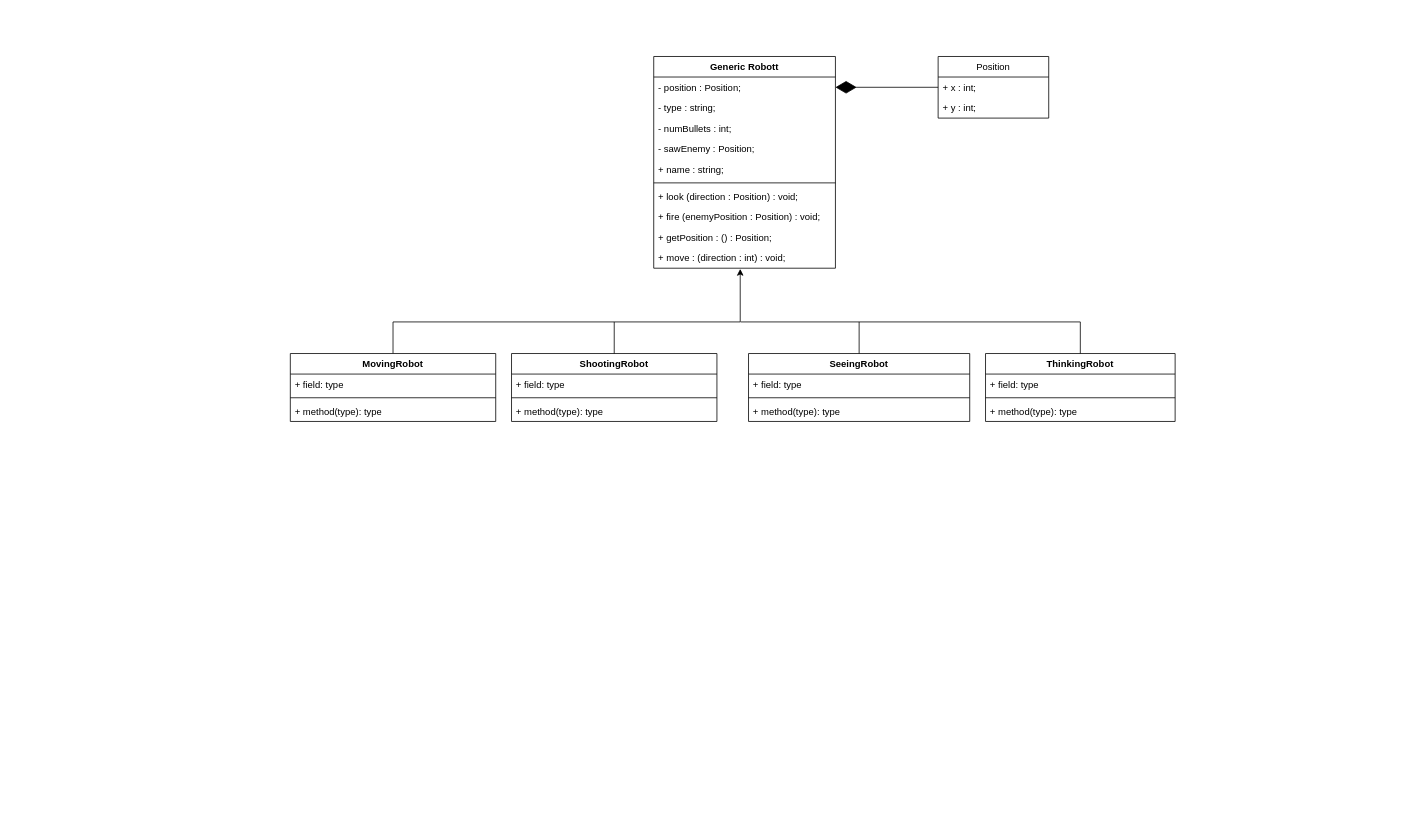
Above: class (1).drawio in mohammadmuazzam/oopds (draw.io), before the change. Source tidied: cells renumbered, new cells numbered last; positions are measured from the earlier drawing's top-left corner, leaving out a move shared by most shapes. Both pictures are drawn from the tidied source at 79%, with x=0, y=0 at pixel (290, 56).
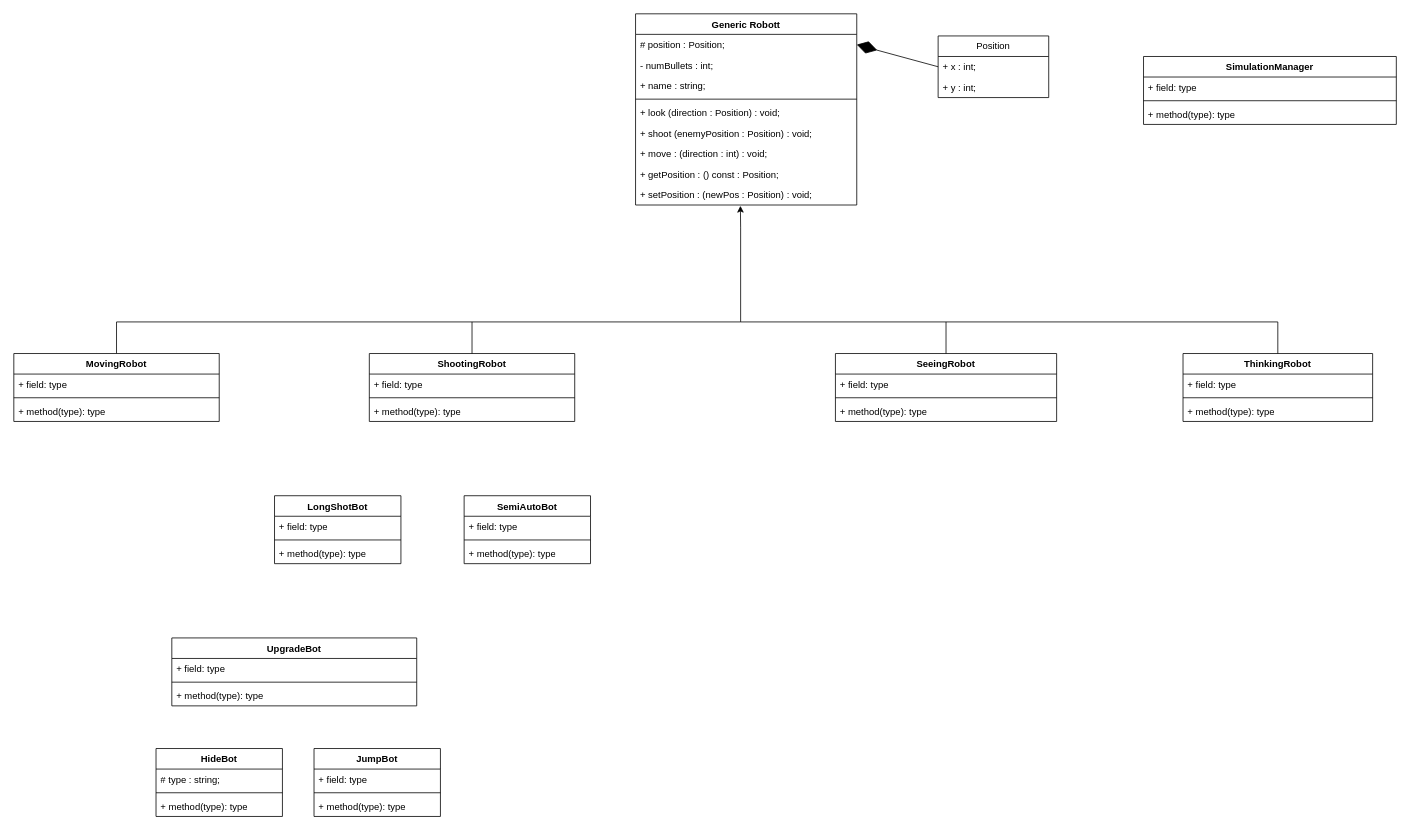
The same diagram, later.

What changed in the source:
```diff
@@
     <mxCell id="2" value="Generic Robott" style="swimlane;fontStyle=1;align=center;verticalAlign=top;horizontal=1;startSize=26;whiteSpace=wrap;html=1;" parent="1" vertex="1">
-      <mxGeometry x="460" width="230" height="268" as="geometry" />
+      <mxGeometry x="437" y="-54" width="280" height="242" as="geometry" />
     </mxCell>
-    <mxCell id="3" value="- position : Position;" style="text;strokeColor=none;fillColor=none;align=left;verticalAlign=top;spacingLeft=4;spacingRight=4;overflow=hidden;points=[[0,0.5],[1,0.5]];portConstraint=eastwest;whiteSpace=wrap;html=1;" parent="2" vertex="1">
-      <mxGeometry y="26" width="230" height="26" as="geometry" />
+    <mxCell id="3" value="# position : Position;" style="text;strokeColor=none;fillColor=none;align=left;verticalAlign=top;spacingLeft=4;spacingRight=4;overflow=hidden;points=[[0,0.5],[1,0.5]];portConstraint=eastwest;whiteSpace=wrap;html=1;" parent="2" vertex="1">
+      <mxGeometry y="26" width="280" height="26" as="geometry" />
     </mxCell>
-    <mxCell id="4" value="- type : string;" style="text;strokeColor=none;fillColor=none;align=left;verticalAlign=top;spacingLeft=4;spacingRight=4;overflow=hidden;whiteSpace=wrap;html=1;" parent="2" vertex="1">
-      <mxGeometry y="52" width="230" height="26" as="geometry" />
-    </mxCell>
     <mxCell id="5" value="- numBullets : int;" style="text;strokeColor=none;fillColor=none;align=left;verticalAlign=top;spacingLeft=4;spacingRight=4;overflow=hidden;whiteSpace=wrap;html=1;" parent="2" vertex="1">
-      <mxGeometry y="78" width="230" height="26" as="geometry" />
+      <mxGeometry y="52" width="280" height="26" as="geometry" />
     </mxCell>
-    <mxCell id="6" value="- sawEnemy : Position;" style="text;strokeColor=none;fillColor=none;align=left;verticalAlign=top;spacingLeft=4;spacingRight=4;overflow=hidden;whiteSpace=wrap;html=1;" parent="2" vertex="1">
-      <mxGeometry y="104" width="230" height="26" as="geometry" />
-    </mxCell>
     <mxCell id="7" value="+ name : string;" style="text;strokeColor=none;fillColor=none;align=left;verticalAlign=top;spacingLeft=4;spacingRight=4;overflow=hidden;whiteSpace=wrap;html=1;" parent="2" vertex="1">
-      <mxGeometry y="130" width="230" height="26" as="geometry" />
+      <mxGeometry y="78" width="280" height="26" as="geometry" />
     </mxCell>
     <mxCell id="8" style="line;strokeWidth=1;fillColor=none;align=left;verticalAlign=middle;spacingTop=-1;spacingLeft=3;spacingRight=3;labelPosition=right;strokeColor=inherit;" parent="2" vertex="1">
-      <mxGeometry y="156" width="230" height="8" as="geometry" />
+      <mxGeometry y="104" width="280" height="8" as="geometry" />
     </mxCell>
     <mxCell id="9" value="+ look (direction : Position) : void;" style="text;strokeColor=none;fillColor=none;align=left;verticalAlign=top;spacingLeft=4;spacingRight=4;overflow=hidden;whiteSpace=wrap;html=1;" parent="2" vertex="1">
-      <mxGeometry y="164" width="230" height="26" as="geometry" />
+      <mxGeometry y="112" width="280" height="26" as="geometry" />
     </mxCell>
-    <mxCell id="10" value="+ fire (enemyPosition : Position) : void;" style="text;strokeColor=none;fillColor=none;align=left;verticalAlign=top;spacingLeft=4;spacingRight=4;overflow=hidden;whiteSpace=wrap;html=1;" parent="2" vertex="1">
-      <mxGeometry y="190" width="230" height="26" as="geometry" />
+    <mxCell id="10" value="+ shoot (enemyPosition : Position) : void;" style="text;strokeColor=none;fillColor=none;align=left;verticalAlign=top;spacingLeft=4;spacingRight=4;overflow=hidden;whiteSpace=wrap;html=1;" parent="2" vertex="1">
+      <mxGeometry y="138" width="280" height="26" as="geometry" />
     </mxCell>
+    <mxCell id="12" value="&lt;div&gt;+ move : (direction : int) : void;&lt;/div&gt;" style="text;strokeColor=none;fillColor=none;align=left;verticalAlign=top;spacingLeft=4;spacingRight=4;overflow=hidden;points=[[0,0.5,0,0,0],[1,0.5,0,0,0]];portConstraint=eastwest;whiteSpace=wrap;html=1;" parent="2" vertex="1">
+      <mxGeometry y="164" width="280" height="26" as="geometry" />
+    </mxCell>
-    <mxCell id="11" value="+ getPosition : () : Position;&lt;div&gt;&lt;br&gt;&lt;/div&gt;" style="text;strokeColor=none;fillColor=none;align=left;verticalAlign=top;spacingLeft=4;spacingRight=4;overflow=hidden;whiteSpace=wrap;html=1;" parent="2" vertex="1">
-      <mxGeometry y="216" width="230" height="26" as="geometry" />
+    <mxCell id="11" value="+ getPosition : () const : Position;&lt;div&gt;&lt;br&gt;&lt;/div&gt;" style="text;strokeColor=none;fillColor=none;align=left;verticalAlign=top;spacingLeft=4;spacingRight=4;overflow=hidden;whiteSpace=wrap;html=1;" parent="2" vertex="1">
+      <mxGeometry y="190" width="280" height="26" as="geometry" />
     </mxCell>
-    <mxCell id="12" value="&lt;div&gt;+ move : (direction : int) : void;&lt;/div&gt;" style="text;strokeColor=none;fillColor=none;align=left;verticalAlign=top;spacingLeft=4;spacingRight=4;overflow=hidden;points=[[0,0.5,0,0,0],[1,0.5,0,0,0]];portConstraint=eastwest;whiteSpace=wrap;html=1;" parent="2" vertex="1">
-      <mxGeometry y="242" width="230" height="26" as="geometry" />
-    </mxCell>
+    <mxCell id="37" value="+ setPosition : (newPos : Position) : void;&lt;div&gt;&lt;br&gt;&lt;/div&gt;" style="text;strokeColor=none;fillColor=none;align=left;verticalAlign=top;spacingLeft=4;spacingRight=4;overflow=hidden;points=[[0,0.5],[1,0.5]];portConstraint=eastwest;whiteSpace=wrap;html=1;" parent="2" vertex="1">
+      <mxGeometry y="216" width="280" height="26" as="geometry" />
+    </mxCell>
     <mxCell id="13" value="Position" style="swimlane;fontStyle=0;horizontal=1;startSize=26;fillColor=none;whiteSpace=wrap;html=1;" parent="1" vertex="1">
-      <mxGeometry x="820" width="140" height="78" as="geometry" />
+      <mxGeometry x="820" y="-26" width="140" height="78" as="geometry" />
     </mxCell>
@@
-    <mxCell id="17" style="edgeStyle=orthogonalEdgeStyle;rounded=0;jettySize=auto;html=1;entryX=0.476;entryY=1.036;entryDx=0;entryDy=0;entryPerimeter=0;" parent="1" edge="1" source="18" target="12">
+    <mxCell id="17" style="edgeStyle=orthogonalEdgeStyle;rounded=0;jettySize=auto;html=1;entryX=0.474;entryY=1.04;entryDx=0;entryDy=0;entryPerimeter=0;" parent="1" edge="1" source="18" target="37">
       <mxGeometry relative="1" as="geometry">
         <Array as="points">
-          <mxPoint x="130" y="336" />
+          <mxPoint x="-220" y="336" />
           <mxPoint x="570" y="336" />
-          <mxPoint x="570" y="269" />
+          <mxPoint x="570" y="217" />
         </Array>
       </mxGeometry>
     </mxCell>
     <mxCell id="18" value="MovingRobot" style="swimlane;fontStyle=1;align=center;verticalAlign=top;horizontal=1;startSize=26;whiteSpace=wrap;html=1;" parent="1" vertex="1">
-      <mxGeometry y="376" width="260" height="86" as="geometry" />
+      <mxGeometry x="-350" y="376" width="260" height="86" as="geometry" />
     </mxCell>
@@
     <mxCell id="22" value="ShootingRobot" style="swimlane;fontStyle=1;align=center;verticalAlign=top;horizontal=1;startSize=26;whiteSpace=wrap;html=1;" parent="1" vertex="1">
-      <mxGeometry x="280" y="376" width="260" height="86" as="geometry" />
+      <mxGeometry x="100" y="376" width="260" height="86" as="geometry" />
     </mxCell>
@@
     <mxCell id="26" value="SeeingRobot" style="swimlane;fontStyle=1;align=center;verticalAlign=top;horizontal=1;startSize=26;whiteSpace=wrap;html=1;" parent="1" vertex="1">
-      <mxGeometry x="580" y="376" width="280" height="86" as="geometry" />
+      <mxGeometry x="690" y="376" width="280" height="86" as="geometry" />
     </mxCell>
@@
     <mxCell id="30" style="endArrow=none;html=1;rounded=0;exitX=0.5;exitY=0;exitDx=0;exitDy=0;" parent="1" edge="1" source="22">
       <mxGeometry relative="1" as="geometry">
-        <mxPoint x="410" y="336" as="targetPoint" />
+        <mxPoint x="230" y="336" as="targetPoint" />
       </mxGeometry>
     </mxCell>
     <mxCell id="31" value="ThinkingRobot" style="swimlane;fontStyle=1;align=center;verticalAlign=top;horizontal=1;startSize=26;whiteSpace=wrap;html=1;" parent="1" vertex="1">
-      <mxGeometry x="880" y="376" width="240" height="86" as="geometry" />
+      <mxGeometry x="1130" y="376" width="240" height="86" as="geometry" />
     </mxCell>
@@
     <mxCell id="35" style="endArrow=none;html=1;rounded=0;exitX=0.5;exitY=0;exitDx=0;exitDy=0;edgeStyle=orthogonalEdgeStyle;" parent="1" edge="1" source="31">
       <mxGeometry relative="1" as="geometry">
         <mxPoint x="570" y="336" as="targetPoint" />
         <Array as="points">
-          <mxPoint x="1000" y="336" />
+          <mxPoint x="1250" y="336" />
         </Array>
       </mxGeometry>
     </mxCell>
     <mxCell id="36" style="endArrow=none;html=1;rounded=0;exitX=0.5;exitY=0;exitDx=0;exitDy=0;" parent="1" edge="1" source="26">
       <mxGeometry relative="1" as="geometry">
-        <mxPoint x="720" y="336" as="targetPoint" />
+        <mxPoint x="830" y="336" as="targetPoint" />
       </mxGeometry>
     </mxCell>
+    <mxCell id="38" value="JumpBot" style="swimlane;fontStyle=1;align=center;verticalAlign=top;horizontal=1;startSize=26;whiteSpace=wrap;html=1;" parent="1" vertex="1">
+      <mxGeometry x="30" y="876" width="160" height="86" as="geometry" />
+    </mxCell>
+    <mxCell id="39" value="+ field: type" style="text;strokeColor=none;fillColor=none;align=left;verticalAlign=top;spacingLeft=4;spacingRight=4;overflow=hidden;whiteSpace=wrap;html=1;" parent="38" vertex="1">
+      <mxGeometry y="26" width="160" height="26" as="geometry" />
+    </mxCell>
+    <mxCell id="40" style="line;strokeWidth=1;fillColor=none;align=left;verticalAlign=middle;spacingTop=-1;spacingLeft=3;spacingRight=3;labelPosition=right;strokeColor=inherit;" parent="38" vertex="1">
+      <mxGeometry y="52" width="160" height="8" as="geometry" />
+    </mxCell>
+    <mxCell id="41" value="+ method(type): type" style="text;strokeColor=none;fillColor=none;align=left;verticalAlign=top;spacingLeft=4;spacingRight=4;overflow=hidden;whiteSpace=wrap;html=1;" parent="38" vertex="1">
+      <mxGeometry y="60" width="160" height="26" as="geometry" />
+    </mxCell>
+    <mxCell id="42" value="HideBot" style="swimlane;fontStyle=1;align=center;verticalAlign=top;horizontal=1;startSize=26;whiteSpace=wrap;html=1;" parent="1" vertex="1">
+      <mxGeometry x="-170" y="876" width="160" height="86" as="geometry" />
+    </mxCell>
+    <mxCell id="43" value="# type : string;" style="text;strokeColor=none;fillColor=none;align=left;verticalAlign=top;spacingLeft=4;spacingRight=4;overflow=hidden;whiteSpace=wrap;html=1;" parent="42" vertex="1">
+      <mxGeometry y="26" width="160" height="26" as="geometry" />
+    </mxCell>
+    <mxCell id="44" style="line;strokeWidth=1;fillColor=none;align=left;verticalAlign=middle;spacingTop=-1;spacingLeft=3;spacingRight=3;labelPosition=right;strokeColor=inherit;" parent="42" vertex="1">
+      <mxGeometry y="52" width="160" height="8" as="geometry" />
+    </mxCell>
+    <mxCell id="45" value="+ method(type): type" style="text;strokeColor=none;fillColor=none;align=left;verticalAlign=top;spacingLeft=4;spacingRight=4;overflow=hidden;whiteSpace=wrap;html=1;" parent="42" vertex="1">
+      <mxGeometry y="60" width="160" height="26" as="geometry" />
+    </mxCell>
+    <mxCell id="46" value="LongShotBot" style="swimlane;fontStyle=1;align=center;verticalAlign=top;horizontal=1;startSize=26;whiteSpace=wrap;html=1;" parent="1" vertex="1">
+      <mxGeometry x="-20" y="556" width="160" height="86" as="geometry" />
+    </mxCell>
+    <mxCell id="47" value="+ field: type" style="text;strokeColor=none;fillColor=none;align=left;verticalAlign=top;spacingLeft=4;spacingRight=4;overflow=hidden;whiteSpace=wrap;html=1;" parent="46" vertex="1">
+      <mxGeometry y="26" width="160" height="26" as="geometry" />
+    </mxCell>
+    <mxCell id="48" style="line;strokeWidth=1;fillColor=none;align=left;verticalAlign=middle;spacingTop=-1;spacingLeft=3;spacingRight=3;labelPosition=right;strokeColor=inherit;" parent="46" vertex="1">
+      <mxGeometry y="52" width="160" height="8" as="geometry" />
+    </mxCell>
+    <mxCell id="49" value="+ method(type): type" style="text;strokeColor=none;fillColor=none;align=left;verticalAlign=top;spacingLeft=4;spacingRight=4;overflow=hidden;whiteSpace=wrap;html=1;" parent="46" vertex="1">
+      <mxGeometry y="60" width="160" height="26" as="geometry" />
+    </mxCell>
+    <mxCell id="50" value="SemiAutoBot" style="swimlane;fontStyle=1;align=center;verticalAlign=top;horizontal=1;startSize=26;whiteSpace=wrap;html=1;" parent="1" vertex="1">
+      <mxGeometry x="220" y="556" width="160" height="86" as="geometry" />
+    </mxCell>
+    <mxCell id="51" value="+ field: type" style="text;strokeColor=none;fillColor=none;align=left;verticalAlign=top;spacingLeft=4;spacingRight=4;overflow=hidden;whiteSpace=wrap;html=1;" parent="50" vertex="1">
+      <mxGeometry y="26" width="160" height="26" as="geometry" />
+    </mxCell>
+    <mxCell id="52" style="line;strokeWidth=1;fillColor=none;align=left;verticalAlign=middle;spacingTop=-1;spacingLeft=3;spacingRight=3;labelPosition=right;strokeColor=inherit;" parent="50" vertex="1">
+      <mxGeometry y="52" width="160" height="8" as="geometry" />
+    </mxCell>
+    <mxCell id="53" value="+ method(type): type" style="text;strokeColor=none;fillColor=none;align=left;verticalAlign=top;spacingLeft=4;spacingRight=4;overflow=hidden;whiteSpace=wrap;html=1;" parent="50" vertex="1">
+      <mxGeometry y="60" width="160" height="26" as="geometry" />
+    </mxCell>
+    <mxCell id="54" value="SimulationManager" style="swimlane;fontStyle=1;align=center;verticalAlign=top;horizontal=1;startSize=26;whiteSpace=wrap;html=1;" parent="1" vertex="1">
+      <mxGeometry x="1080" width="320" height="86" as="geometry" />
+    </mxCell>
+    <mxCell id="55" value="+ field: type" style="text;strokeColor=none;fillColor=none;align=left;verticalAlign=top;spacingLeft=4;spacingRight=4;overflow=hidden;whiteSpace=wrap;html=1;" parent="54" vertex="1">
+      <mxGeometry y="26" width="320" height="26" as="geometry" />
+    </mxCell>
+    <mxCell id="56" style="line;strokeWidth=1;fillColor=none;align=left;verticalAlign=middle;spacingTop=-1;spacingLeft=3;spacingRight=3;labelPosition=right;strokeColor=inherit;" parent="54" vertex="1">
+      <mxGeometry y="52" width="320" height="8" as="geometry" />
+    </mxCell>
+    <mxCell id="57" value="+ method(type): type" style="text;strokeColor=none;fillColor=none;align=left;verticalAlign=top;spacingLeft=4;spacingRight=4;overflow=hidden;whiteSpace=wrap;html=1;" parent="54" vertex="1">
+      <mxGeometry y="60" width="320" height="26" as="geometry" />
+    </mxCell>
+    <mxCell id="58" value="UpgradeBot" style="swimlane;fontStyle=1;align=center;verticalAlign=top;horizontal=1;startSize=26;whiteSpace=wrap;html=1;" parent="1" vertex="1">
+      <mxGeometry x="-150" y="736" width="310" height="86" as="geometry" />
+    </mxCell>
+    <mxCell id="59" value="+ field: type" style="text;strokeColor=none;fillColor=none;align=left;verticalAlign=top;spacingLeft=4;spacingRight=4;overflow=hidden;whiteSpace=wrap;html=1;" parent="58" vertex="1">
+      <mxGeometry y="26" width="310" height="26" as="geometry" />
+    </mxCell>
+    <mxCell id="60" style="line;strokeWidth=1;fillColor=none;align=left;verticalAlign=middle;spacingTop=-1;spacingLeft=3;spacingRight=3;labelPosition=right;strokeColor=inherit;" parent="58" vertex="1">
+      <mxGeometry y="52" width="310" height="8" as="geometry" />
+    </mxCell>
+    <mxCell id="61" value="+ method(type): type" style="text;strokeColor=none;fillColor=none;align=left;verticalAlign=top;spacingLeft=4;spacingRight=4;overflow=hidden;whiteSpace=wrap;html=1;" parent="58" vertex="1">
+      <mxGeometry y="60" width="310" height="26" as="geometry" />
+    </mxCell>
```
